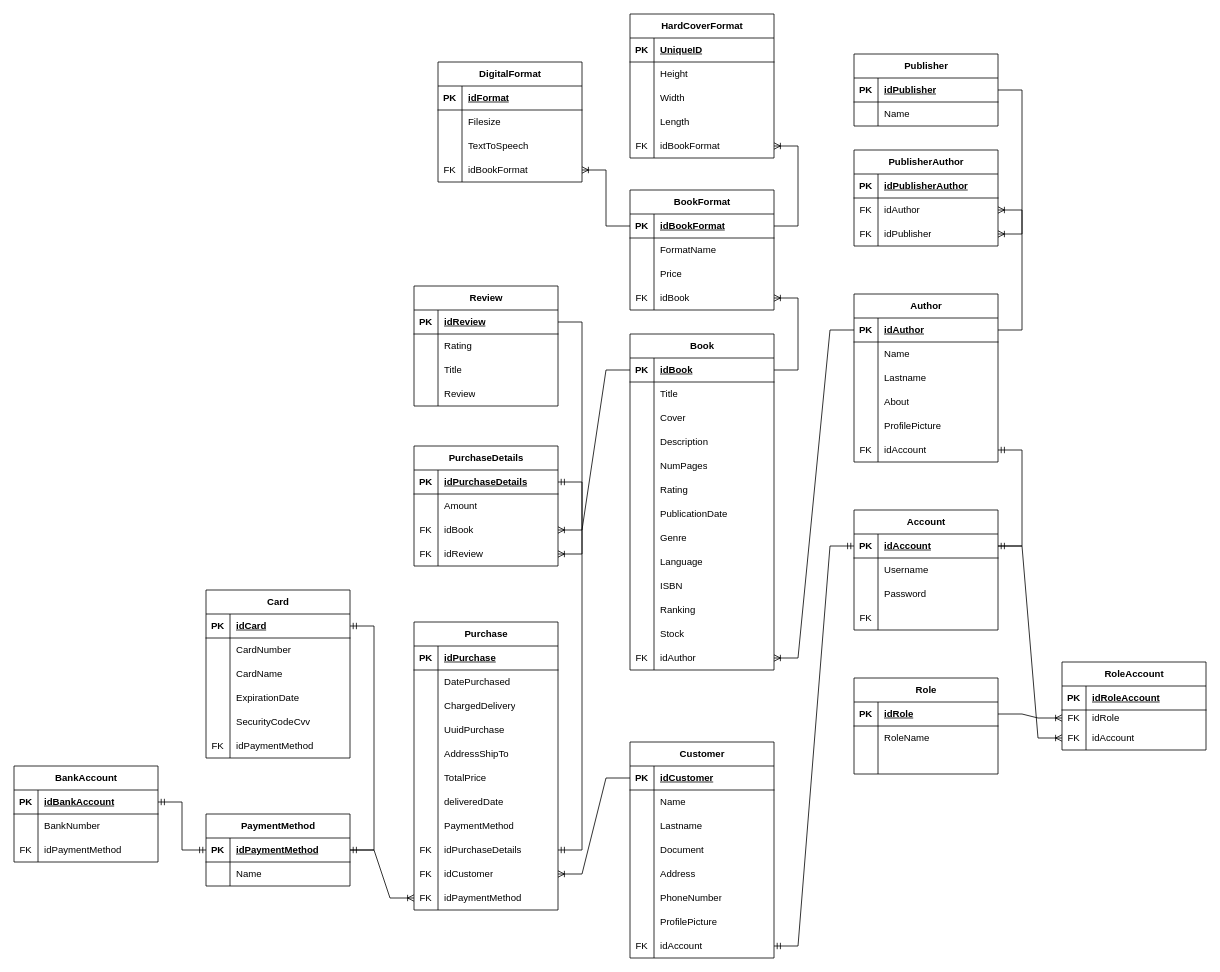
The draw.io diagram docs/diagrams/bookStoreEntityRelation.drawio in josueBarretogit/goApiBookstore, before the edit. Source tidied: cells renumbered, new cells numbered last; positions are measured from the earlier drawing's top-left corner, leaving out a move shared by most shapes. Both pictures are drawn from the tidied source at 80%, with x=0, y=0 at pixel (14, 14).
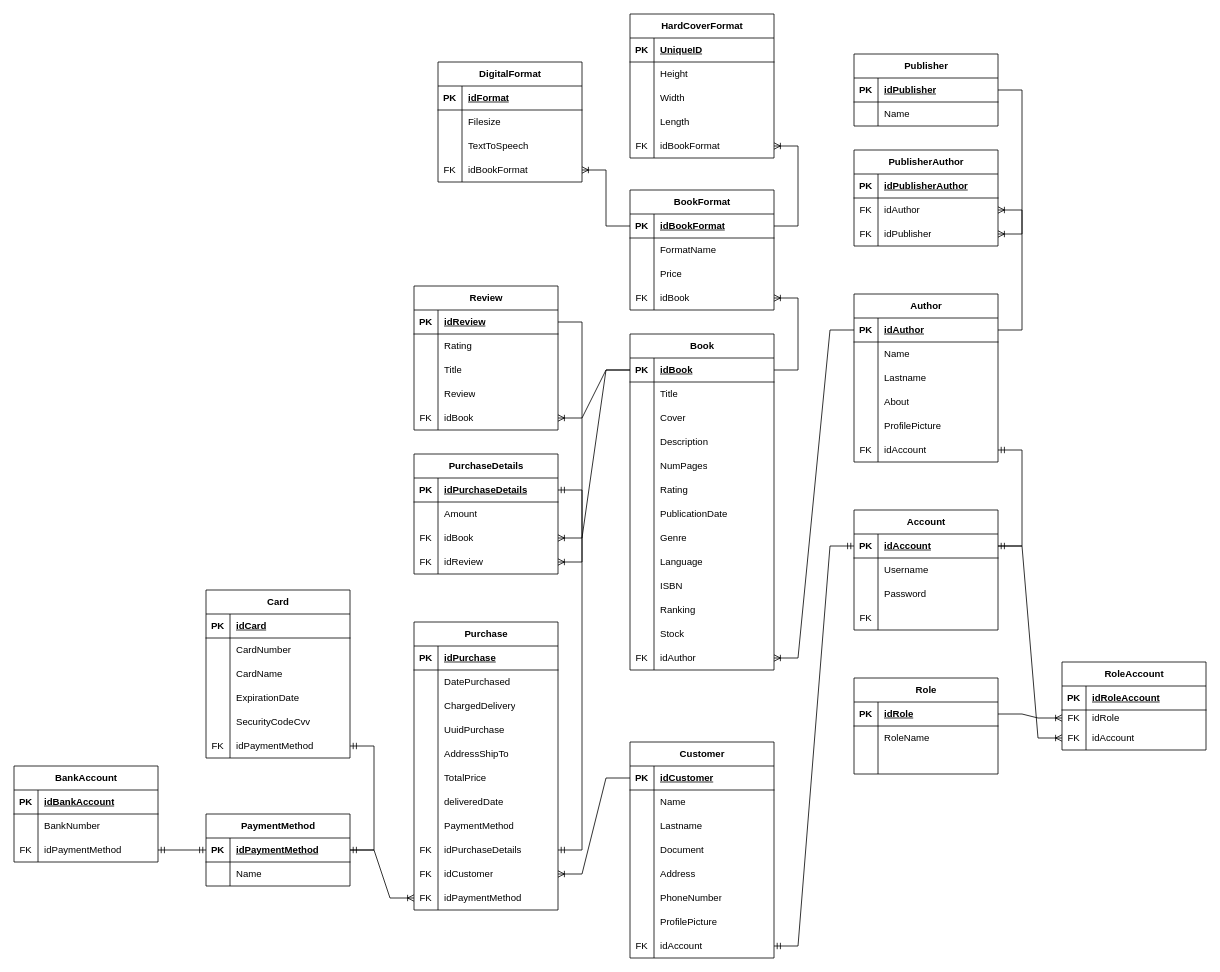
After the change.

Unchanged cells that the change refers to:
```xml
<mxCell id="3" style="shape=tableRow;horizontal=0;startSize=0;swimlaneHead=0;swimlaneBody=0;fillColor=none;points=[[0,0.5],[1,0.5]];portConstraint=eastwest;top=0;left=0;right=0;bottom=1;" parent="2" vertex="1">
  <mxGeometry y="30" width="180" height="30" as="geometry" />
</mxCell>
<mxCell id="223" style="shape=tableRow;horizontal=0;startSize=0;swimlaneHead=0;swimlaneBody=0;fillColor=none;points=[[0,0.5],[1,0.5]];portConstraint=eastwest;top=0;left=0;right=0;bottom=1;" parent="222" vertex="1">
  <mxGeometry y="30" width="180" height="30" as="geometry" />
</mxCell>
<mxCell id="238" style="shape=tableRow;horizontal=0;startSize=0;swimlaneHead=0;swimlaneBody=0;fillColor=none;points=[[0,0.5],[1,0.5]];portConstraint=eastwest;top=0;left=0;right=0;bottom=0;" parent="222" vertex="1">
  <mxGeometry y="180" width="180" height="30" as="geometry" />
</mxCell>
<mxCell id="242" style="shape=tableRow;horizontal=0;startSize=0;swimlaneHead=0;swimlaneBody=0;fillColor=none;points=[[0,0.5],[1,0.5]];portConstraint=eastwest;top=0;left=0;right=0;bottom=1;" parent="241" vertex="1">
  <mxGeometry y="30" width="180" height="30" as="geometry" />
</mxCell>
<mxCell id="248" style="shape=tableRow;horizontal=0;startSize=0;swimlaneHead=0;swimlaneBody=0;fillColor=none;points=[[0,0.5],[1,0.5]];portConstraint=eastwest;top=0;left=0;right=0;bottom=0;" parent="241" vertex="1">
  <mxGeometry y="90" width="180" height="30" as="geometry" />
</mxCell>
<mxCell id="252" style="shape=tableRow;horizontal=0;startSize=0;swimlaneHead=0;swimlaneBody=0;fillColor=none;points=[[0,0.5],[1,0.5]];portConstraint=eastwest;top=0;left=0;right=0;bottom=1;" parent="251" vertex="1">
  <mxGeometry y="30" width="180" height="30" as="geometry" />
</mxCell>
```

Diff of the diagram source:
```diff
@@
     <mxCell id="144" value="Review" style="shape=table;startSize=30;childLayout=tableLayout;rowLines=0;fontStyle=1;align=center;html=1;" parent="1" vertex="1">
-      <mxGeometry x="500" y="340" width="180" height="150" as="geometry" />
+      <mxGeometry x="500" y="340" width="180" height="180" as="geometry" />
     </mxCell>
@@
+    <mxCell id="291" style="shape=tableRow;horizontal=0;startSize=0;swimlaneHead=0;swimlaneBody=0;fillColor=none;points=[[0,0.5],[1,0.5]];portConstraint=eastwest;top=0;left=0;right=0;bottom=0;" parent="144" vertex="1">
+      <mxGeometry y="150" width="180" height="30" as="geometry" />
+    </mxCell>
+    <mxCell id="292" value="FK" style="shape=partialRectangle;fillColor=none;top=0;left=0;bottom=0;right=0;overflow=hidden;whiteSpace=wrap;html=1;" parent="291" vertex="1">
+      <mxGeometry width="30" height="30" as="geometry" />
+    </mxCell>
+    <mxCell id="293" value="idBook" style="shape=partialRectangle;fillColor=none;top=0;left=0;bottom=0;right=0;align=left;spacingLeft=6;overflow=hidden;whiteSpace=wrap;html=1;" parent="291" vertex="1">
+      <mxGeometry x="30" width="150" height="30" as="geometry" />
+    </mxCell>
     <mxCell id="157" value="PurchaseDetails" style="shape=table;startSize=30;childLayout=tableLayout;rowLines=0;fontStyle=1;align=center;html=1;" parent="1" vertex="1">
-      <mxGeometry x="500" y="540" width="180" height="150" as="geometry" />
+      <mxGeometry x="500" y="550" width="180" height="150" as="geometry" />
     </mxCell>
@@
-    <mxCell id="259" style="edgeStyle=entityRelationEdgeStyle;fontSize=12;html=1;endArrow=ERmandOne;startArrow=ERmandOne;rounded=0;" parent="1" edge="1" source="252" target="223">
+    <mxCell id="259" style="edgeStyle=entityRelationEdgeStyle;fontSize=12;html=1;endArrow=ERmandOne;startArrow=ERmandOne;rounded=0;" parent="1" edge="1" source="252" target="238">
       <mxGeometry relative="1" as="geometry" />
     </mxCell>
-    <mxCell id="260" style="edgeStyle=entityRelationEdgeStyle;fontSize=12;html=1;endArrow=ERmandOne;startArrow=ERmandOne;rounded=0;exitX=0;exitY=0.5;exitDx=0;exitDy=0;" parent="1" edge="1" source="252" target="242">
+    <mxCell id="260" style="edgeStyle=entityRelationEdgeStyle;fontSize=12;html=1;endArrow=ERmandOne;startArrow=ERmandOne;rounded=0;exitX=0;exitY=0.5;exitDx=0;exitDy=0;" parent="1" edge="1" source="252" target="248">
       <mxGeometry relative="1" as="geometry" />
     </mxCell>
@@
+    <mxCell id="294" style="edgeStyle=entityRelationEdgeStyle;fontSize=12;html=1;endArrow=ERoneToMany;rounded=0;" parent="1" edge="1" source="3" target="291">
+      <mxGeometry relative="1" as="geometry" />
+    </mxCell>
```
